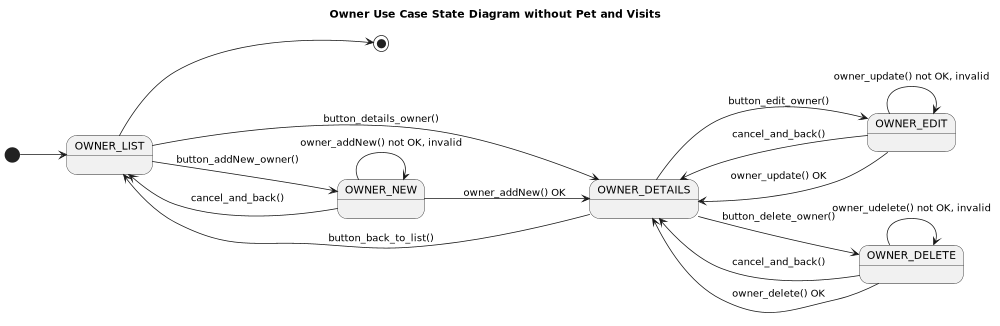
Before: uml/owner/concept/Owner__UseCases__State__without_details-Owner_Use_Case_State_Diagram_without_Pet_and_Visits.png, a diagram exported from PlantUML (Jakarta-EE-Petclinic/petclinic-uml).
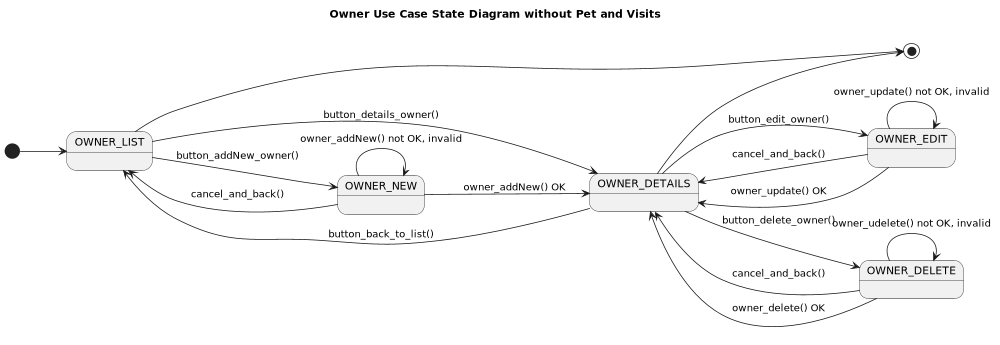
Above is the later version.

Change to the diagram source:
```diff
@@ -41,6 +41,6 @@
 }
 
 OWNER_LIST --> [*]
-
+OWNER_DETAILS --> [*]
 
 @enduml
```
